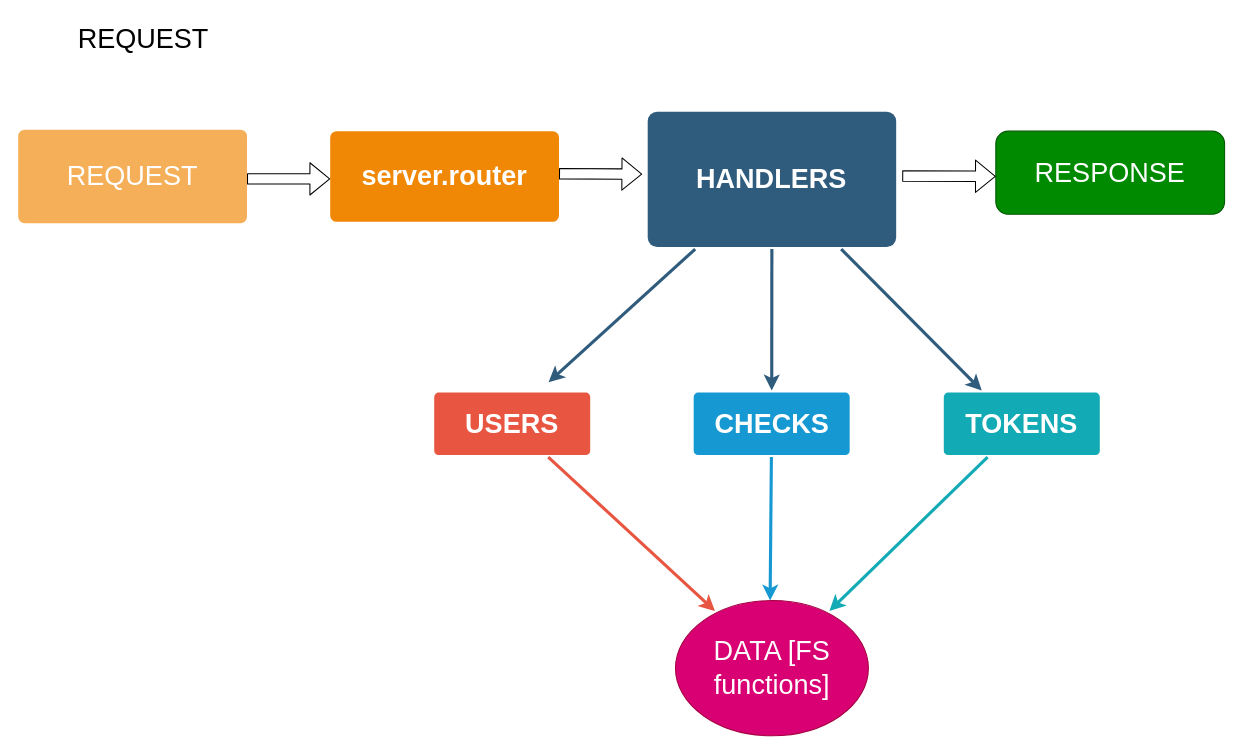
Above: Untitled Diagram.drawio in illuminati-80/nodejs-pirple (draw.io), before the change. Source tidied: cells renumbered, new cells numbered last; positions are measured from the earlier drawing's top-left corner, leaving out a move shared by most shapes. Both pictures are drawn from the tidied source at 104%, with x=0, y=0 at pixel (18, 18).
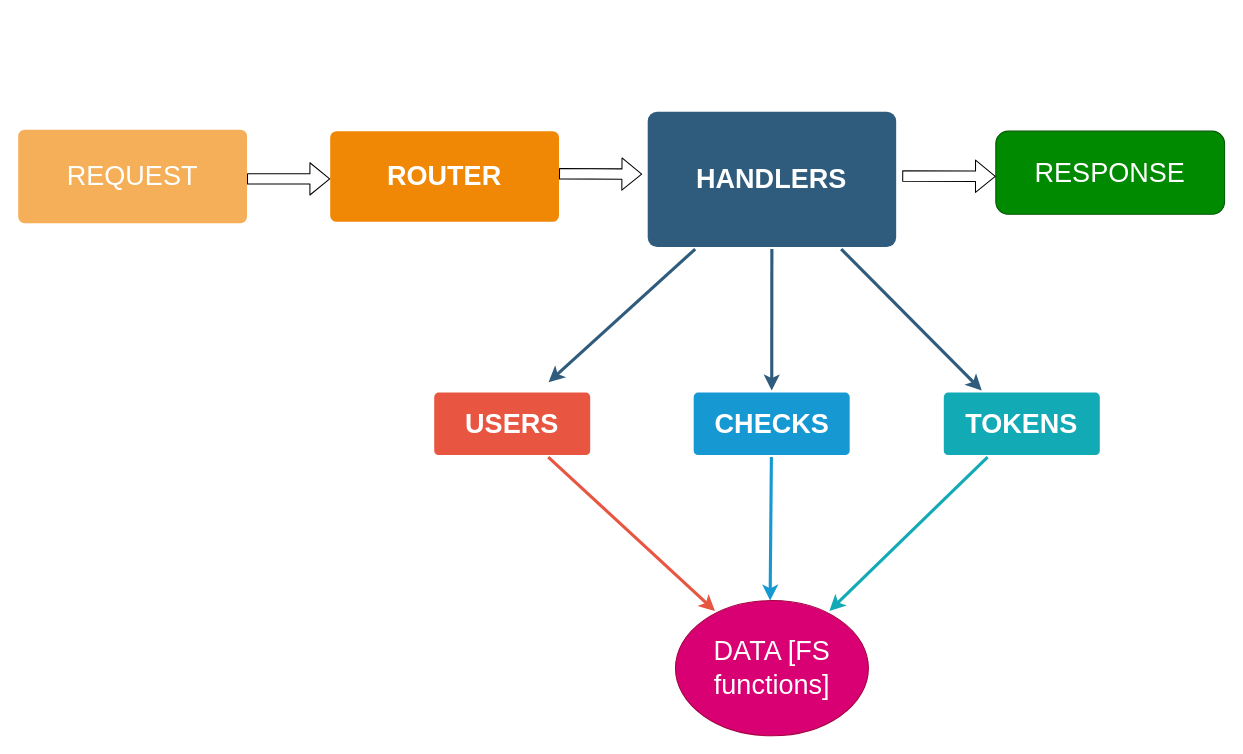
Above is the later version.

What changed in the source:
```diff
@@
-    <mxCell id="10" value="server.router" style="rounded=1;whiteSpace=wrap;html=1;shadow=0;labelBackgroundColor=none;strokeColor=none;strokeWidth=3;fillColor=#F08705;fontFamily=Helvetica;fontSize=26;fontColor=#FFFFFF;align=center;spacing=5;fontStyle=1;arcSize=7;perimeterSpacing=2;" parent="1" vertex="1">
+    <mxCell id="10" value="ROUTER" style="rounded=1;whiteSpace=wrap;html=1;shadow=0;labelBackgroundColor=none;strokeColor=none;strokeWidth=3;fillColor=#F08705;fontFamily=Helvetica;fontSize=26;fontColor=#FFFFFF;align=center;spacing=5;fontStyle=1;arcSize=7;perimeterSpacing=2;" parent="1" vertex="1">
       <mxGeometry x="300" y="108.6" width="220" height="87.2" as="geometry" />
     </mxCell>
@@
-    <mxCell id="15" value="REQUEST" style="text;html=1;align=center;verticalAlign=middle;strokeColor=none;fontSize=26;" parent="1" vertex="1">
-      <mxGeometry x="50" width="140" height="40" as="geometry" />
-    </mxCell>
```
